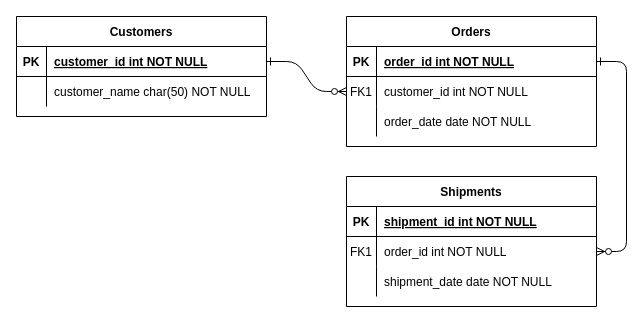
Earlier version of the draw.io diagram Gastronomy.drawio (Raheelsaleem126/solutions). Source tidied: cells renumbered, new cells numbered last; positions are measured from the earlier drawing's top-left corner, leaving out a move shared by most shapes. Both pictures are drawn from the tidied source at 100%, with x=0, y=0 at pixel (16, 16).
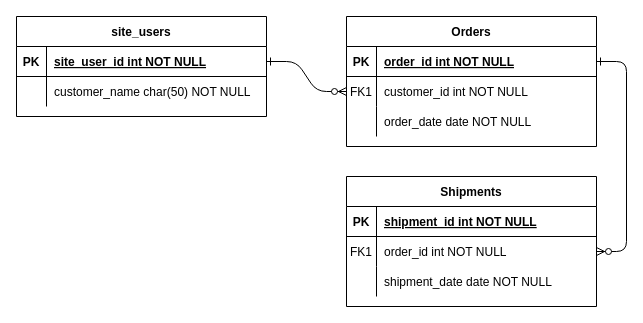
Above is the later version.

Unchanged cells that the change refers to:
```xml
<mxCell id="25" style="shape=partialRectangle;fillColor=none;points=[[0,0.5],[1,0.5]];portConstraint=eastwest;top=0;left=0;right=0;bottom=1;" parent="24" vertex="1">
  <mxGeometry y="30" width="250" height="30" as="geometry" />
</mxCell>
```

Diff of the diagram source:
```diff
@@
-    <mxCell id="24" value="Customers" style="shape=table;startSize=30;childLayout=tableLayout;rowLines=0;fontStyle=1;align=center;" parent="1" vertex="1">
+    <mxCell id="24" value="site_users" style="shape=table;startSize=30;childLayout=tableLayout;rowLines=0;fontStyle=1;align=center;" parent="1" vertex="1">
       <mxGeometry width="250" height="100" as="geometry" />
     </mxCell>
@@
-    <mxCell id="27" value="customer_id int NOT NULL " style="shape=partialRectangle;overflow=hidden;fillColor=none;top=0;left=0;bottom=0;right=0;align=left;spacingLeft=6;fontStyle=5;" parent="25" vertex="1">
+    <mxCell id="27" value="site_user_id int NOT NULL " style="shape=partialRectangle;overflow=hidden;fillColor=none;top=0;left=0;bottom=0;right=0;align=left;spacingLeft=6;fontStyle=5;" parent="25" vertex="1">
       <mxGeometry x="30" width="220" height="30" as="geometry" />
     </mxCell>
```
